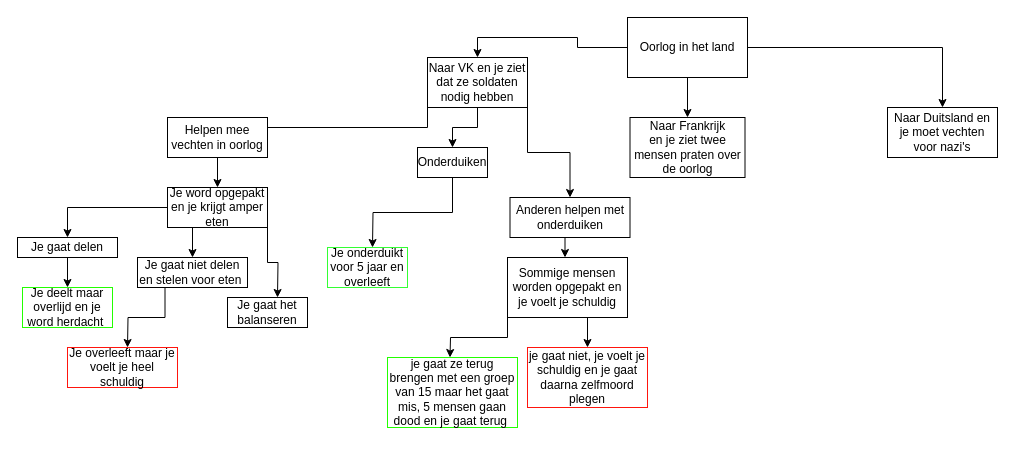
seanras02/m1Hello.You keeps this draw.io diagram as Untitled Diagram.drawio. Above is the earlier version. Source tidied: cells renumbered, new cells numbered last; positions are measured from the earlier drawing's top-left corner, leaving out a move shared by most shapes. Both pictures are drawn from the tidied source at 100%, with x=0, y=0 at pixel (17, 17).
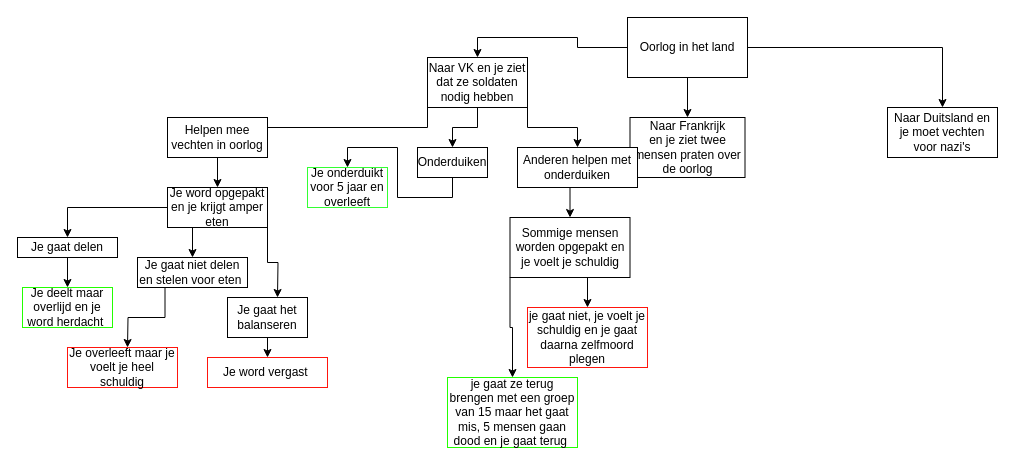
The same page after the edit.

The change refers to these unchanged cells:
```xml
<mxCell id="15" value="Onderduiken" style="rounded=0;whiteSpace=wrap;html=1;fontFamily=Helvetica;" parent="1" vertex="1">
  <mxGeometry x="400" y="130" width="70" height="30" as="geometry" />
</mxCell>
```

The edit, as a diff of the source:
```diff
@@
-    <mxCell id="14" style="edgeStyle=orthogonalEdgeStyle;rounded=0;jettySize=auto;html=1;exitX=0.5;exitY=1;exitDx=0;exitDy=0;fontFamily=Helvetica;" parent="1" edge="1" source="15">
-      <mxGeometry relative="1" as="geometry">
-        <mxPoint x="355" y="230" as="targetPoint" />
-      </mxGeometry>
+    <mxCell id="14" style="edgeStyle=orthogonalEdgeStyle;rounded=0;jettySize=auto;html=1;exitX=0.5;exitY=1;exitDx=0;exitDy=0;fontFamily=Helvetica;entryX=0.5;entryY=0;entryDx=0;entryDy=0;" parent="1" edge="1" source="15" target="22">
+      <mxGeometry relative="1" as="geometry" />
     </mxCell>
@@
-    <mxCell id="16" style="edgeStyle=orthogonalEdgeStyle;rounded=0;jettySize=auto;html=1;exitX=0.5;exitY=1;exitDx=0;exitDy=0;entryX=0.5;entryY=0;entryDx=0;entryDy=0;fontFamily=Helvetica;" parent="1" edge="1" source="17">
-      <mxGeometry relative="1" as="geometry">
-        <mxPoint x="547.5" y="240" as="targetPoint" />
-      </mxGeometry>
+    <mxCell id="16" style="edgeStyle=orthogonalEdgeStyle;rounded=0;jettySize=auto;html=1;exitX=0.5;exitY=1;exitDx=0;exitDy=0;entryX=0.5;entryY=0;entryDx=0;entryDy=0;fontFamily=Helvetica;" parent="1" edge="1" source="17" target="26">
+      <mxGeometry relative="1" as="geometry" />
     </mxCell>
     <mxCell id="17" value="Anderen helpen met onderduiken" style="rounded=0;whiteSpace=wrap;html=1;fontFamily=Helvetica;" parent="1" vertex="1">
-      <mxGeometry x="492.5" y="180" width="120" height="40" as="geometry" />
+      <mxGeometry x="500" y="130" width="120" height="40" as="geometry" />
     </mxCell>
@@
     <mxCell id="22" value="Je onderduikt voor 5 jaar en overleeft" style="rounded=0;whiteSpace=wrap;html=1;fontFamily=Helvetica;strokeColor=#33FF33;" parent="1" vertex="1">
-      <mxGeometry x="310" y="230" width="80" height="40" as="geometry" />
+      <mxGeometry x="290" y="150" width="80" height="40" as="geometry" />
     </mxCell>
-    <mxCell id="23" style="edgeStyle=orthogonalEdgeStyle;rounded=0;jettySize=auto;html=1;exitX=0;exitY=1;exitDx=0;exitDy=0;fontFamily=Helvetica;" parent="1" edge="1" source="26">
-      <mxGeometry relative="1" as="geometry">
-        <mxPoint x="432.5" y="340" as="targetPoint" />
-      </mxGeometry>
+    <mxCell id="23" style="edgeStyle=orthogonalEdgeStyle;rounded=0;jettySize=auto;html=1;exitX=0;exitY=1;exitDx=0;exitDy=0;fontFamily=Helvetica;entryX=0.5;entryY=0;entryDx=0;entryDy=0;" parent="1" edge="1" source="26" target="27">
+      <mxGeometry relative="1" as="geometry" />
     </mxCell>
@@
     <mxCell id="26" value="Sommige mensen worden opgepakt en je voelt je schuldig" style="rounded=0;whiteSpace=wrap;html=1;strokeColor=#000000;fontFamily=Helvetica;" parent="1" vertex="1">
-      <mxGeometry x="490" y="240" width="120" height="60" as="geometry" />
+      <mxGeometry x="492.5" y="200" width="120" height="60" as="geometry" />
     </mxCell>
     <mxCell id="27" value="je gaat ze terug brengen met een groep van 15 maar het gaat mis, 5 mensen gaan dood en je gaat terug&amp;nbsp;" style="rounded=0;whiteSpace=wrap;html=1;strokeColor=#22FF00;fontFamily=Helvetica;" parent="1" vertex="1">
-      <mxGeometry x="370" y="340" width="130" height="70" as="geometry" />
+      <mxGeometry x="430" y="360" width="130" height="70" as="geometry" />
     </mxCell>
     <mxCell id="28" value="je gaat niet, je voelt je schuldig en je gaat daarna zelfmoord plegen" style="rounded=0;whiteSpace=wrap;html=1;strokeColor=#FF150D;fontFamily=Helvetica;" parent="1" vertex="1">
-      <mxGeometry x="510" y="330" width="120" height="60" as="geometry" />
+      <mxGeometry x="510" y="290" width="120" height="60" as="geometry" />
     </mxCell>
@@
     <mxCell id="33" value="Je gaat het balanseren" style="rounded=0;whiteSpace=wrap;html=1;" parent="1" vertex="1">
-      <mxGeometry x="210" y="280" width="80" height="30" as="geometry" />
+      <mxGeometry x="210" y="280" width="80" height="40" as="geometry" />
     </mxCell>
@@
+    <mxCell id="36" style="edgeStyle=orthogonalEdgeStyle;rounded=0;jettySize=auto;html=1;" parent="1" edge="1" source="33">
+      <mxGeometry relative="1" as="geometry">
+        <mxPoint x="250" y="340" as="targetPoint" />
+      </mxGeometry>
+    </mxCell>
+    <mxCell id="37" value="Je word vergast&amp;nbsp;" style="rounded=0;whiteSpace=wrap;html=1;strokeColor=#FF150D;fillColor=#FFFFFF;shadow=0;" parent="1" vertex="1">
+      <mxGeometry x="190" y="340" width="120" height="30" as="geometry" />
+    </mxCell>
```
